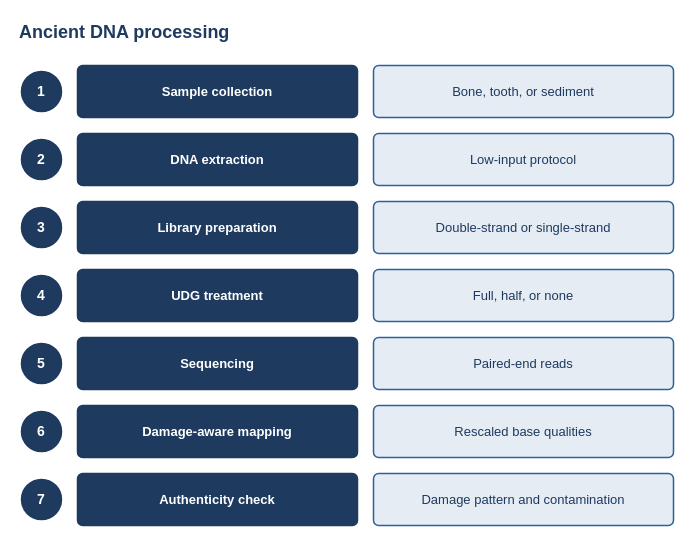
Earlier version of the draw.io diagram figures/schematic/adna-processing/template.drawio (Xuzhen-Li/paper-viz). Source tidied: cells renumbered, new cells numbered last; positions are measured from the earlier drawing's top-left corner, leaving out a move shared by most shapes. Both pictures are drawn from the tidied source at 100%, with x=0, y=0 at pixel (17, 17).
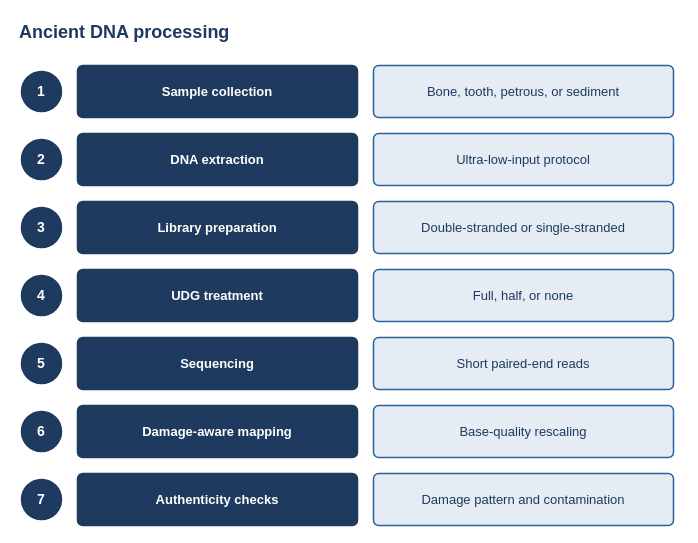
Above is the later version.

Commit message (it also covers changes not shown here):
修订 adna-processing 流程图步骤文案 (#17)

Change to the diagram source:
```diff
@@
-    <mxCell id="5" value="Bone, tooth, or sediment" style="rounded=1;whiteSpace=wrap;html=1;arcSize=10;fillOpacity=12;strokeColor=#2A629A;strokeWidth=1.5;fillColor=#2A629A;fontFamily=Arial;fontSize=13;fontColor=#1e3a5f;fontStyle=0;align=center;verticalAlign=middle;spacing=4;" parent="1" vertex="1">
+    <mxCell id="5" value="Bone, tooth, petrous, or sediment" style="rounded=1;whiteSpace=wrap;html=1;arcSize=10;fillOpacity=12;strokeColor=#2A629A;strokeWidth=1.5;fillColor=#2A629A;fontFamily=Arial;fontSize=13;fontColor=#1e3a5f;fontStyle=0;align=center;verticalAlign=middle;spacing=4;" parent="1" vertex="1">
       <mxGeometry x="356" y="48" width="300" height="52" as="geometry" />
     </mxCell>
@@
-    <mxCell id="8" value="Low-input protocol" style="rounded=1;whiteSpace=wrap;html=1;arcSize=10;fillOpacity=12;strokeColor=#2A629A;strokeWidth=1.5;fillColor=#2A629A;fontFamily=Arial;fontSize=13;fontColor=#1e3a5f;fontStyle=0;align=center;verticalAlign=middle;spacing=4;" parent="1" vertex="1">
+    <mxCell id="8" value="Ultra-low-input protocol" style="rounded=1;whiteSpace=wrap;html=1;arcSize=10;fillOpacity=12;strokeColor=#2A629A;strokeWidth=1.5;fillColor=#2A629A;fontFamily=Arial;fontSize=13;fontColor=#1e3a5f;fontStyle=0;align=center;verticalAlign=middle;spacing=4;" parent="1" vertex="1">
       <mxGeometry x="356" y="116" width="300" height="52" as="geometry" />
     </mxCell>
@@
-    <mxCell id="11" value="Double-strand or single-strand" style="rounded=1;whiteSpace=wrap;html=1;arcSize=10;fillOpacity=12;strokeColor=#2A629A;strokeWidth=1.5;fillColor=#2A629A;fontFamily=Arial;fontSize=13;fontColor=#1e3a5f;fontStyle=0;align=center;verticalAlign=middle;spacing=4;" parent="1" vertex="1">
+    <mxCell id="11" value="Double-stranded or single-stranded" style="rounded=1;whiteSpace=wrap;html=1;arcSize=10;fillOpacity=12;strokeColor=#2A629A;strokeWidth=1.5;fillColor=#2A629A;fontFamily=Arial;fontSize=13;fontColor=#1e3a5f;fontStyle=0;align=center;verticalAlign=middle;spacing=4;" parent="1" vertex="1">
       <mxGeometry x="356" y="184" width="300" height="52" as="geometry" />
     </mxCell>
@@
-    <mxCell id="17" value="Paired-end reads" style="rounded=1;whiteSpace=wrap;html=1;arcSize=10;fillOpacity=12;strokeColor=#2A629A;strokeWidth=1.5;fillColor=#2A629A;fontFamily=Arial;fontSize=13;fontColor=#1e3a5f;fontStyle=0;align=center;verticalAlign=middle;spacing=4;" parent="1" vertex="1">
+    <mxCell id="17" value="Short paired-end reads" style="rounded=1;whiteSpace=wrap;html=1;arcSize=10;fillOpacity=12;strokeColor=#2A629A;strokeWidth=1.5;fillColor=#2A629A;fontFamily=Arial;fontSize=13;fontColor=#1e3a5f;fontStyle=0;align=center;verticalAlign=middle;spacing=4;" parent="1" vertex="1">
       <mxGeometry x="356" y="320" width="300" height="52" as="geometry" />
     </mxCell>
@@
-    <mxCell id="20" value="Rescaled base qualities" style="rounded=1;whiteSpace=wrap;html=1;arcSize=10;fillOpacity=12;strokeColor=#2A629A;strokeWidth=1.5;fillColor=#2A629A;fontFamily=Arial;fontSize=13;fontColor=#1e3a5f;fontStyle=0;align=center;verticalAlign=middle;spacing=4;" parent="1" vertex="1">
+    <mxCell id="20" value="Base-quality rescaling" style="rounded=1;whiteSpace=wrap;html=1;arcSize=10;fillOpacity=12;strokeColor=#2A629A;strokeWidth=1.5;fillColor=#2A629A;fontFamily=Arial;fontSize=13;fontColor=#1e3a5f;fontStyle=0;align=center;verticalAlign=middle;spacing=4;" parent="1" vertex="1">
       <mxGeometry x="356" y="388" width="300" height="52" as="geometry" />
     </mxCell>
@@
-    <mxCell id="22" value="Authenticity check" style="rounded=1;whiteSpace=wrap;html=1;arcSize=10;strokeColor=#1e3a5f;strokeWidth=1.5;fillColor=#1e3a5f;fontFamily=Arial;fontSize=13;fontColor=#FFFFFF;fontStyle=1;align=center;verticalAlign=middle;spacing=4;" parent="1" vertex="1">
+    <mxCell id="22" value="Authenticity checks" style="rounded=1;whiteSpace=wrap;html=1;arcSize=10;strokeColor=#1e3a5f;strokeWidth=1.5;fillColor=#1e3a5f;fontFamily=Arial;fontSize=13;fontColor=#FFFFFF;fontStyle=1;align=center;verticalAlign=middle;spacing=4;" parent="1" vertex="1">
       <mxGeometry x="60" y="456" width="280" height="52" as="geometry" />
     </mxCell>
```
